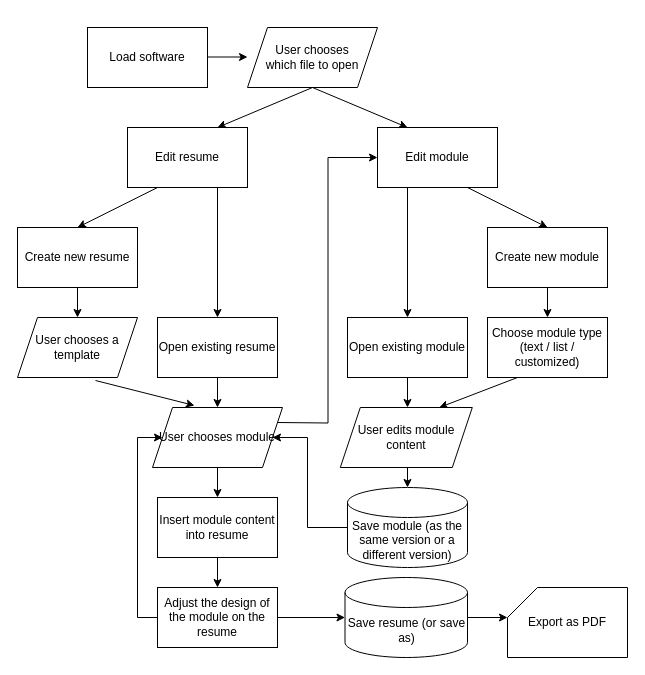
Before: System Flowchart.drawio in Mkswll/ResText, a draw.io diagram. Source tidied: cells renumbered, new cells numbered last; positions are measured from the earlier drawing's top-left corner, leaving out a move shared by most shapes. Both pictures are drawn from the tidied source at 100%, with x=0, y=0 at pixel (17, 27).
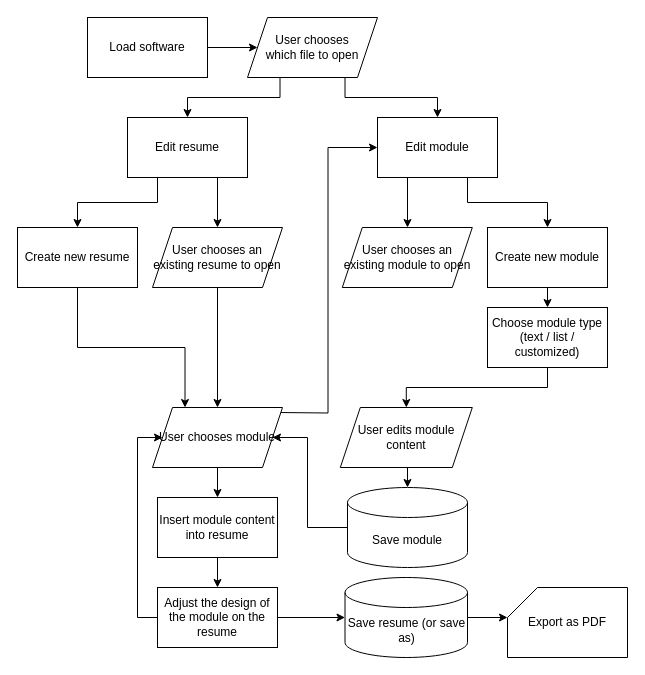
The same diagram, later.

Commit message:
System Flowchart (Revised).drawio

The change refers to these unchanged cells:
```xml
<mxCell id="5" value="Create new resume" style="rounded=0;whiteSpace=wrap;html=1;" parent="1" vertex="1">
  <mxGeometry y="200" width="120" height="60" as="geometry" />
</mxCell>
<mxCell id="9" value="Create new module" style="rounded=0;whiteSpace=wrap;html=1;" parent="1" vertex="1">
  <mxGeometry x="470" y="200" width="120" height="60" as="geometry" />
</mxCell>
<mxCell id="36" value="User edits module content" style="shape=parallelogram;perimeter=parallelogramPerimeter;whiteSpace=wrap;html=1;fixedSize=1;" parent="1" vertex="1">
  <mxGeometry x="322.8" y="380" width="132" height="60" as="geometry" />
</mxCell>
<mxCell id="37" value="User chooses module" style="shape=parallelogram;perimeter=parallelogramPerimeter;whiteSpace=wrap;html=1;fixedSize=1;" parent="1" vertex="1">
  <mxGeometry x="135" y="380" width="130" height="60" as="geometry" />
</mxCell>
```

The edit, as a diff of the source:
```diff
@@
+    <mxCell id="40" style="edgeStyle=orthogonalEdgeStyle;rounded=0;jettySize=auto;html=1;exitX=1;exitY=0.5;exitDx=0;exitDy=0;entryX=0;entryY=0.5;entryDx=0;entryDy=0;" parent="1" edge="1" source="2" target="4">
+      <mxGeometry relative="1" as="geometry" />
+    </mxCell>
     <mxCell id="2" value="Load software" style="rounded=0;whiteSpace=wrap;html=1;" parent="1" vertex="1">
-      <mxGeometry x="70" width="120" height="60" as="geometry" />
+      <mxGeometry x="70" y="-10" width="120" height="60" as="geometry" />
     </mxCell>
-    <mxCell id="3" style="endArrow=classic;html=1;rounded=0;" parent="1" edge="1">
-      <mxGeometry relative="1" as="geometry">
-        <mxPoint x="190" y="29.5" as="sourcePoint" />
-        <mxPoint x="230" y="29.5" as="targetPoint" />
-      </mxGeometry>
-    </mxCell>
+    <mxCell id="14" style="edgeStyle=orthogonalEdgeStyle;rounded=0;jettySize=auto;html=1;exitX=0.25;exitY=1;exitDx=0;exitDy=0;" parent="1" edge="1" source="4" target="13">
+      <mxGeometry relative="1" as="geometry" />
+    </mxCell>
+    <mxCell id="16" style="edgeStyle=orthogonalEdgeStyle;rounded=0;jettySize=auto;html=1;exitX=0.75;exitY=1;exitDx=0;exitDy=0;entryX=0.5;entryY=0;entryDx=0;entryDy=0;" parent="1" edge="1" source="4" target="15">
+      <mxGeometry relative="1" as="geometry" />
+    </mxCell>
     <mxCell id="4" value="User chooses &lt;br&gt;which file to open" style="shape=parallelogram;perimeter=parallelogramPerimeter;whiteSpace=wrap;html=1;fixedSize=1;" parent="1" vertex="1">
-      <mxGeometry x="230" width="130" height="60" as="geometry" />
+      <mxGeometry x="230" y="-10" width="130" height="60" as="geometry" />
     </mxCell>
+    <mxCell id="41" style="edgeStyle=orthogonalEdgeStyle;rounded=0;jettySize=auto;html=1;exitX=0.5;exitY=1;exitDx=0;exitDy=0;entryX=0.25;entryY=0;entryDx=0;entryDy=0;" parent="1" edge="1" source="5" target="37">
+      <mxGeometry relative="1" as="geometry" />
+    </mxCell>
@@
-    <mxCell id="6" value="Open existing resume" style="rounded=0;whiteSpace=wrap;html=1;" parent="1" vertex="1">
-      <mxGeometry x="140" y="290" width="120" height="60" as="geometry" />
-    </mxCell>
-    <mxCell id="7" style="edgeStyle=orthogonalEdgeStyle;rounded=0;jettySize=auto;html=1;exitX=0.5;exitY=1;exitDx=0;exitDy=0;entryX=0.5;entryY=0;entryDx=0;entryDy=0;" parent="1" edge="1" source="8">
-      <mxGeometry relative="1" as="geometry">
-        <mxPoint x="390" y="380" as="targetPoint" />
-      </mxGeometry>
-    </mxCell>
-    <mxCell id="8" value="Open existing module" style="rounded=0;whiteSpace=wrap;html=1;" parent="1" vertex="1">
-      <mxGeometry x="330" y="290" width="120" height="60" as="geometry" />
-    </mxCell>
@@
-    <mxCell id="10" style="endArrow=classic;html=1;rounded=0;exitX=0.5;exitY=1;exitDx=0;exitDy=0;" parent="1" edge="1" source="5">
-      <mxGeometry relative="1" as="geometry">
-        <mxPoint x="60" y="290" as="targetPoint" />
-      </mxGeometry>
-    </mxCell>
-    <mxCell id="11" style="endArrow=classic;html=1;rounded=0;exitX=0.5;exitY=1;exitDx=0;exitDy=0;" parent="1" edge="1" source="9">
-      <mxGeometry relative="1" as="geometry">
-        <mxPoint x="530" y="290" as="targetPoint" />
-      </mxGeometry>
+    <mxCell id="11" style="endArrow=classic;html=1;rounded=0;exitX=0.5;exitY=1;exitDx=0;exitDy=0;entryX=0.5;entryY=0;entryDx=0;entryDy=0;" parent="1" edge="1" source="9" target="12">
+      <mxGeometry relative="1" as="geometry" />
     </mxCell>
+    <mxCell id="28" style="edgeStyle=orthogonalEdgeStyle;rounded=0;jettySize=auto;html=1;exitX=0.5;exitY=1;exitDx=0;exitDy=0;entryX=0.5;entryY=0;entryDx=0;entryDy=0;" parent="1" edge="1" source="12" target="36">
+      <mxGeometry relative="1" as="geometry" />
+    </mxCell>
     <mxCell id="12" value="Choose module type (text / list / customized)" style="rounded=0;whiteSpace=wrap;html=1;" parent="1" vertex="1">
-      <mxGeometry x="470" y="290" width="120" height="60" as="geometry" />
+      <mxGeometry x="470" y="280" width="120" height="60" as="geometry" />
     </mxCell>
+    <mxCell id="17" style="edgeStyle=orthogonalEdgeStyle;rounded=0;jettySize=auto;html=1;exitX=0.25;exitY=1;exitDx=0;exitDy=0;entryX=0.5;entryY=0;entryDx=0;entryDy=0;" parent="1" edge="1" source="13" target="5">
+      <mxGeometry relative="1" as="geometry" />
+    </mxCell>
     <mxCell id="13" value="Edit resume" style="rounded=0;whiteSpace=wrap;html=1;" parent="1" vertex="1">
-      <mxGeometry x="110" y="100" width="120" height="60" as="geometry" />
+      <mxGeometry x="110" y="90" width="120" height="60" as="geometry" />
     </mxCell>
-    <mxCell id="14" style="endArrow=classic;html=1;rounded=0;exitX=0.5;exitY=1;exitDx=0;exitDy=0;entryX=0.75;entryY=0;entryDx=0;entryDy=0;" parent="1" edge="1" source="4" target="13">
-      <mxGeometry relative="1" as="geometry" />
-    </mxCell>
+    <mxCell id="20" style="edgeStyle=orthogonalEdgeStyle;rounded=0;jettySize=auto;html=1;exitX=0.75;exitY=1;exitDx=0;exitDy=0;entryX=0.5;entryY=0;entryDx=0;entryDy=0;" parent="1" edge="1" source="15" target="9">
+      <mxGeometry relative="1" as="geometry" />
+    </mxCell>
     <mxCell id="15" value="Edit module" style="rounded=0;whiteSpace=wrap;html=1;" parent="1" vertex="1">
-      <mxGeometry x="360" y="100" width="120" height="60" as="geometry" />
+      <mxGeometry x="360" y="90" width="120" height="60" as="geometry" />
     </mxCell>
-    <mxCell id="16" style="endArrow=classic;html=1;rounded=0;exitX=0.5;exitY=1;exitDx=0;exitDy=0;entryX=0.25;entryY=0;entryDx=0;entryDy=0;" parent="1" edge="1" source="4" target="15">
-      <mxGeometry relative="1" as="geometry" />
-    </mxCell>
-    <mxCell id="17" style="endArrow=classic;html=1;rounded=0;exitX=0.25;exitY=1;exitDx=0;exitDy=0;entryX=0.5;entryY=0;entryDx=0;entryDy=0;" parent="1" edge="1" source="13" target="5">
-      <mxGeometry relative="1" as="geometry" />
-    </mxCell>
-    <mxCell id="18" style="endArrow=classic;html=1;rounded=0;exitX=0.25;exitY=1;exitDx=0;exitDy=0;entryX=0.5;entryY=0;entryDx=0;entryDy=0;" parent="1" edge="1" source="15" target="8">
-      <mxGeometry relative="1" as="geometry" />
+    <mxCell id="18" style="endArrow=classic;html=1;rounded=0;exitX=0.25;exitY=1;exitDx=0;exitDy=0;" parent="1" edge="1" source="15">
+      <mxGeometry relative="1" as="geometry">
+        <mxPoint x="390" y="200" as="targetPoint" />
+      </mxGeometry>
     </mxCell>
-    <mxCell id="19" style="endArrow=classic;html=1;rounded=0;exitX=0.75;exitY=1;exitDx=0;exitDy=0;entryX=0.5;entryY=0;entryDx=0;entryDy=0;" parent="1" edge="1" source="13" target="6">
+    <mxCell id="19" style="endArrow=classic;html=1;rounded=0;exitX=0.75;exitY=1;exitDx=0;exitDy=0;entryX=0.5;entryY=0;entryDx=0;entryDy=0;" parent="1" edge="1" source="13" target="43">
       <mxGeometry relative="1" as="geometry" />
     </mxCell>
-    <mxCell id="20" style="endArrow=classic;html=1;rounded=0;exitX=0.75;exitY=1;exitDx=0;exitDy=0;entryX=0.5;entryY=0;entryDx=0;entryDy=0;" parent="1" edge="1" source="15" target="9">
-      <mxGeometry relative="1" as="geometry" />
-    </mxCell>
     <mxCell id="21" style="edgeStyle=orthogonalEdgeStyle;rounded=0;jettySize=auto;html=1;exitX=1;exitY=0.25;exitDx=0;exitDy=0;entryX=0;entryY=0.5;entryDx=0;entryDy=0;" parent="1" edge="1" target="15">
       <mxGeometry relative="1" as="geometry">
-        <mxPoint x="260" y="395" as="sourcePoint" />
+        <mxPoint x="260" y="385" as="sourcePoint" />
       </mxGeometry>
     </mxCell>
-    <mxCell id="22" style="endArrow=classic;html=1;rounded=0;exitX=0.5;exitY=1;exitDx=0;exitDy=0;entryX=0.5;entryY=0;entryDx=0;entryDy=0;" parent="1" edge="1" source="6">
-      <mxGeometry relative="1" as="geometry">
-        <mxPoint x="200" y="380" as="targetPoint" />
-      </mxGeometry>
-    </mxCell>
-    <mxCell id="23" style="endArrow=classic;html=1;rounded=0;exitX=0.65;exitY=1.05;exitDx=0;exitDy=0;entryX=0.323;entryY=-0.033;entryDx=0;entryDy=0;exitPerimeter=0;entryPerimeter=0;" parent="1" edge="1" source="38" target="37">
-      <mxGeometry relative="1" as="geometry" />
-    </mxCell>
@@
-    <mxCell id="28" style="endArrow=classic;html=1;rounded=0;exitX=0.25;exitY=1;exitDx=0;exitDy=0;entryX=0.75;entryY=0;entryDx=0;entryDy=0;" parent="1" edge="1" source="12" target="36">
-      <mxGeometry relative="1" as="geometry" />
-    </mxCell>
@@
-    <mxCell id="30" value="Save module (as the same version or a different version)" style="shape=cylinder3;whiteSpace=wrap;html=1;boundedLbl=1;backgroundOutline=1;size=15;" parent="1" vertex="1">
+    <mxCell id="30" value="Save module" style="shape=cylinder3;whiteSpace=wrap;html=1;boundedLbl=1;backgroundOutline=1;size=15;" parent="1" vertex="1">
       <mxGeometry x="330" y="460" width="120" height="80" as="geometry" />
     </mxCell>
@@
-    <mxCell id="38" value="User chooses a template" style="shape=parallelogram;perimeter=parallelogramPerimeter;whiteSpace=wrap;html=1;fixedSize=1;" parent="1" vertex="1">
-      <mxGeometry y="290" width="120" height="60" as="geometry" />
-    </mxCell>
@@
+    <mxCell id="42" style="edgeStyle=orthogonalEdgeStyle;rounded=0;jettySize=auto;html=1;exitX=0.5;exitY=1;exitDx=0;exitDy=0;entryX=0.5;entryY=0;entryDx=0;entryDy=0;" parent="1" edge="1" source="43" target="37">
+      <mxGeometry relative="1" as="geometry" />
+    </mxCell>
+    <mxCell id="43" value="User chooses an existing resume to open" style="shape=parallelogram;perimeter=parallelogramPerimeter;whiteSpace=wrap;html=1;fixedSize=1;" parent="1" vertex="1">
+      <mxGeometry x="135" y="200" width="130" height="60" as="geometry" />
+    </mxCell>
+    <mxCell id="44" value="User chooses an existing module to open" style="shape=parallelogram;perimeter=parallelogramPerimeter;whiteSpace=wrap;html=1;fixedSize=1;" parent="1" vertex="1">
+      <mxGeometry x="324.8" y="200" width="130" height="60" as="geometry" />
+    </mxCell>
```
